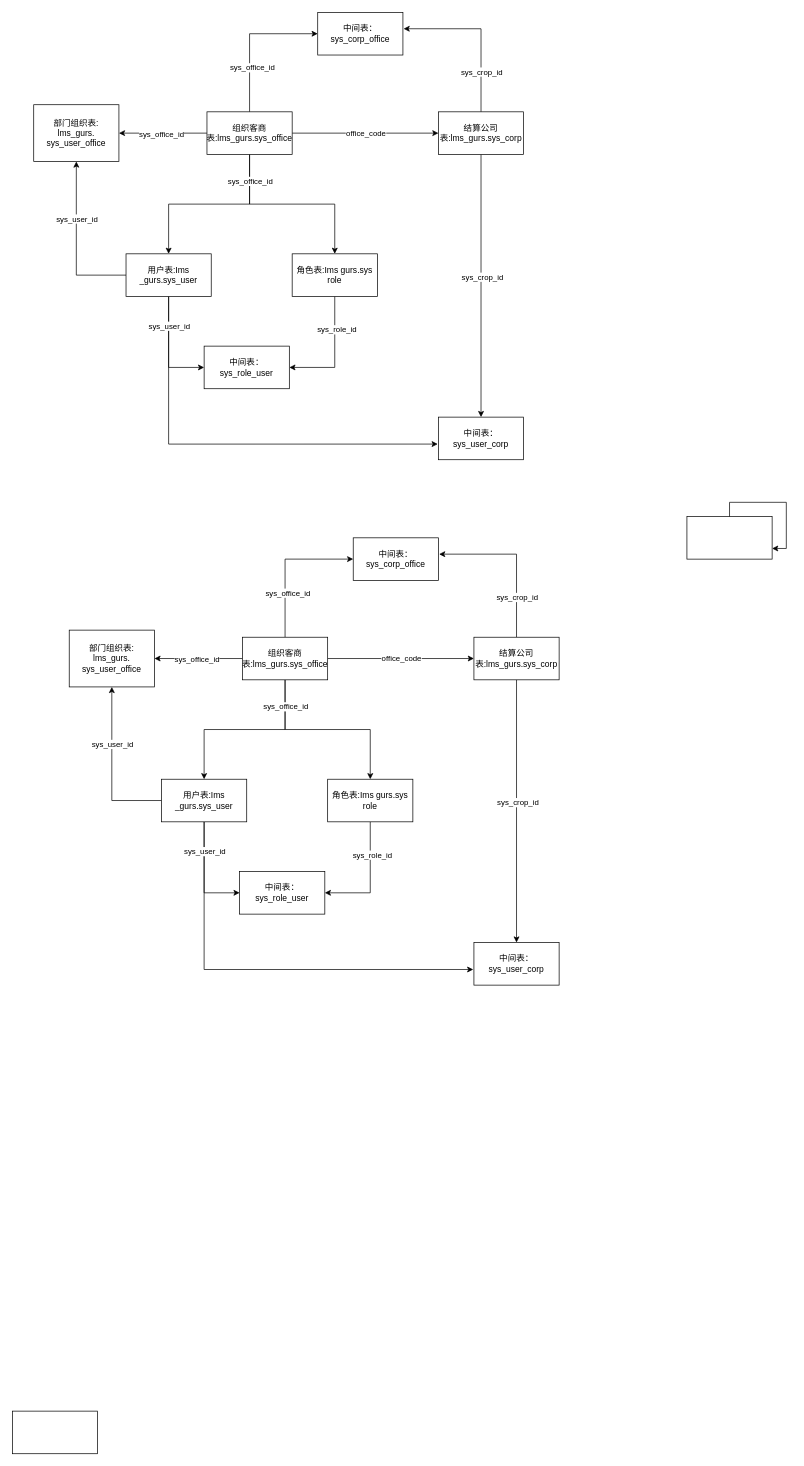
wandamming/drow.io keeps this draw.io diagram as 未命名绘图.drawio. Above is the earlier version. Source tidied: cells renumbered, new cells numbered last; positions are measured from the earlier drawing's top-left corner, leaving out a move shared by most shapes. Both pictures are drawn from the tidied source at 71%, with x=0, y=0 at pixel (12, 12).
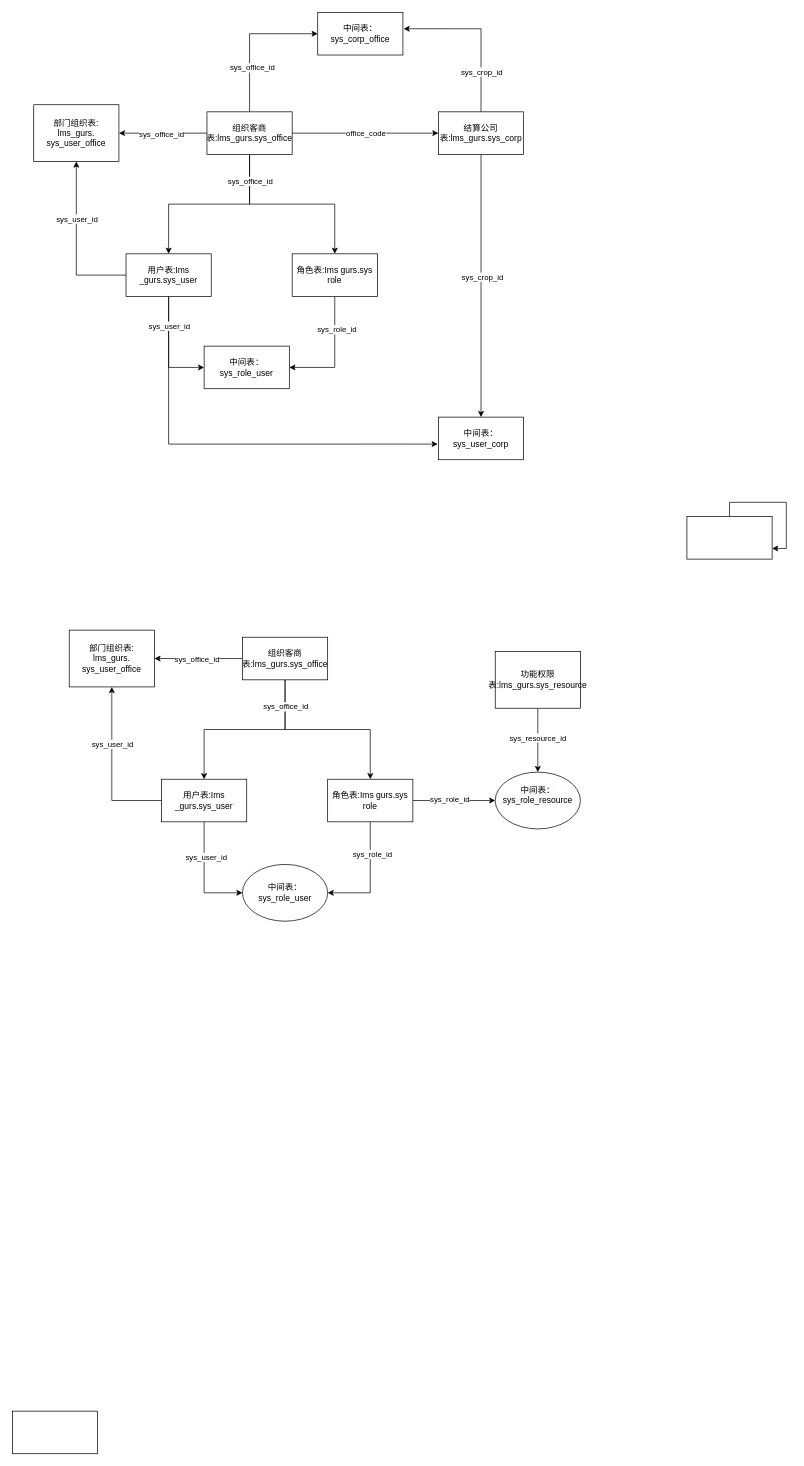
The same page after the edit.

Commit message:
更新未命名绘图.drawio

Unchanged cells that the change refers to:
```xml
<mxCell id="35" style="edgeStyle=orthogonalEdgeStyle;rounded=0;jettySize=auto;html=1;exitX=0.5;exitY=1;exitDx=0;exitDy=0;entryX=0;entryY=0.5;entryDx=0;entryDy=0;" parent="1" edge="1" source="38" target="53">
  <mxGeometry relative="1" as="geometry" />
</mxCell>
<mxCell id="38" value="用户表:Ims _gurs.sys_user" style="rounded=0;whiteSpace=wrap;html=1;" parent="1" vertex="1">
  <mxGeometry x="210" y="1080" width="120" height="60" as="geometry" />
</mxCell>
<mxCell id="41" value="角色表:Ims gurs.sys role" style="rounded=0;whiteSpace=wrap;html=1;" parent="1" vertex="1">
  <mxGeometry x="444" y="1080" width="120" height="60" as="geometry" />
</mxCell>
<mxCell id="51" value="组织客商表:lms_gurs.sys_office" style="rounded=0;whiteSpace=wrap;html=1;" parent="1" vertex="1">
  <mxGeometry x="324" y="880" width="120" height="60" as="geometry" />
</mxCell>
```

What changed in the source:
```diff
@@
-    <mxCell id="36" style="edgeStyle=orthogonalEdgeStyle;rounded=0;jettySize=auto;html=1;exitX=0.5;exitY=1;exitDx=0;exitDy=0;entryX=-0.008;entryY=0.633;entryDx=0;entryDy=0;entryPerimeter=0;" parent="1" edge="1" source="38" target="59">
-      <mxGeometry relative="1" as="geometry" />
-    </mxCell>
-    <mxCell id="37" value="sys_user_id" style="edgeLabel;html=1;align=center;verticalAlign=middle;" parent="36" vertex="1">
-      <mxGeometry x="-0.86" relative="1" as="geometry" />
+    <mxCell id="37" value="sys_user_id" style="edgeLabel;html=1;align=center;verticalAlign=middle;" parent="35" vertex="1">
+      <mxGeometry x="-0.37" y="2" relative="1" as="geometry" />
     </mxCell>
@@
+    <mxCell id="61" style="edgeStyle=orthogonalEdgeStyle;rounded=0;jettySize=auto;html=1;exitX=1;exitY=0.5;exitDx=0;exitDy=0;entryX=0;entryY=0.5;entryDx=0;entryDy=0;" parent="1" edge="1" source="41" target="66">
+      <mxGeometry relative="1" as="geometry" />
+    </mxCell>
+    <mxCell id="62" value="sys_role_id" style="edgeLabel;html=1;align=center;verticalAlign=middle;" parent="61" vertex="1">
+      <mxGeometry x="-0.12" y="3" relative="1" as="geometry" />
+    </mxCell>
@@
-    <mxCell id="47" style="edgeStyle=orthogonalEdgeStyle;rounded=0;jettySize=auto;html=1;exitX=0.5;exitY=0;exitDx=0;exitDy=0;entryX=0;entryY=0.5;entryDx=0;entryDy=0;" parent="1" edge="1" source="51" target="60">
-      <mxGeometry relative="1" as="geometry" />
-    </mxCell>
-    <mxCell id="48" value="sys_office_id" style="edgeLabel;html=1;align=center;verticalAlign=middle;" parent="47" vertex="1">
-      <mxGeometry x="-0.39" y="-3" relative="1" as="geometry" />
-    </mxCell>
-    <mxCell id="49" style="edgeStyle=orthogonalEdgeStyle;rounded=0;jettySize=auto;html=1;exitX=1;exitY=0.5;exitDx=0;exitDy=0;entryX=0;entryY=0.5;entryDx=0;entryDy=0;" parent="1" edge="1" source="51" target="58">
-      <mxGeometry relative="1" as="geometry" />
-    </mxCell>
-    <mxCell id="50" value="office_code" style="edgeLabel;html=1;align=center;verticalAlign=middle;" parent="49" vertex="1">
-      <mxGeometry y="1" relative="1" as="geometry" />
-    </mxCell>
@@
+    <mxCell id="63" style="edgeStyle=orthogonalEdgeStyle;rounded=0;jettySize=auto;html=1;exitX=0.5;exitY=1;exitDx=0;exitDy=0;entryX=0.5;entryY=0;entryDx=0;entryDy=0;" parent="1" edge="1" source="65" target="66">
+      <mxGeometry relative="1" as="geometry" />
+    </mxCell>
+    <mxCell id="64" value="sys_resource_id" style="edgeLabel;html=1;align=center;verticalAlign=middle;" parent="63" vertex="1">
+      <mxGeometry x="-0.1" y="-1" relative="1" as="geometry" />
+    </mxCell>
+    <mxCell id="65" value="功能权限表:lms_gurs.sys_resource" style="rounded=0;whiteSpace=wrap;html=1;" parent="1" vertex="1">
+      <mxGeometry x="680" y="900" width="120" height="80" as="geometry" />
+    </mxCell>
+    <mxCell id="66" value="&#10;&lt;span style=&quot;color: rgb(0, 0, 0); font-family: Helvetica; font-size: 12px; font-style: normal; font-variant-ligatures: normal; font-variant-caps: normal; font-weight: 400; letter-spacing: normal; orphans: 2; text-align: center; text-indent: 0px; text-transform: none; widows: 2; word-spacing: 0px; -webkit-text-stroke-width: 0px; background-color: rgb(251, 251, 251); text-decoration-thickness: initial; text-decoration-style: initial; text-decoration-color: initial; float: none; display: inline !important;&quot;&gt;中间表：&lt;/span&gt;&lt;br style=&quot;border-color: var(--border-color); color: rgb(0, 0, 0); font-family: Helvetica; font-size: 12px; font-style: normal; font-variant-ligatures: normal; font-variant-caps: normal; font-weight: 400; letter-spacing: normal; orphans: 2; text-align: center; text-indent: 0px; text-transform: none; widows: 2; word-spacing: 0px; -webkit-text-stroke-width: 0px; background-color: rgb(251, 251, 251); text-decoration-thickness: initial; text-decoration-style: initial; text-decoration-color: initial;&quot;&gt;&lt;span style=&quot;color: rgb(0, 0, 0); font-family: Helvetica; font-size: 12px; font-style: normal; font-variant-ligatures: normal; font-variant-caps: normal; font-weight: 400; letter-spacing: normal; orphans: 2; text-align: center; text-indent: 0px; text-transform: none; widows: 2; word-spacing: 0px; -webkit-text-stroke-width: 0px; background-color: rgb(251, 251, 251); text-decoration-thickness: initial; text-decoration-style: initial; text-decoration-color: initial; float: none; display: inline !important;&quot;&gt;sys_role_resource&lt;/span&gt;&#10;&#10;" style="ellipse;whiteSpace=wrap;html=1;" parent="1" vertex="1">
+      <mxGeometry x="680" y="1070" width="120" height="80" as="geometry" />
+    </mxCell>
-    <mxCell id="53" value="中间表：&lt;br&gt;sys_role_user" style="rounded=0;whiteSpace=wrap;html=1;" parent="1" vertex="1">
-      <mxGeometry x="320" y="1210" width="120" height="60" as="geometry" />
+    <mxCell id="53" value="中间表：&lt;br style=&quot;border-color: var(--border-color);&quot;&gt;sys_role_user" style="ellipse;whiteSpace=wrap;html=1;" parent="1" vertex="1">
+      <mxGeometry x="324" y="1200" width="120" height="80" as="geometry" />
     </mxCell>
-    <mxCell id="54" style="edgeStyle=orthogonalEdgeStyle;rounded=0;jettySize=auto;html=1;exitX=0.5;exitY=1;exitDx=0;exitDy=0;entryX=0.5;entryY=0;entryDx=0;entryDy=0;" parent="1" edge="1" source="58" target="59">
-      <mxGeometry relative="1" as="geometry" />
-    </mxCell>
-    <mxCell id="55" value="sys_crop_id" style="edgeLabel;html=1;align=center;verticalAlign=middle;" parent="54" vertex="1">
-      <mxGeometry x="-0.07" y="1" relative="1" as="geometry" />
-    </mxCell>
-    <mxCell id="56" style="edgeStyle=orthogonalEdgeStyle;rounded=0;jettySize=auto;html=1;exitX=0.5;exitY=0;exitDx=0;exitDy=0;entryX=1.008;entryY=0.383;entryDx=0;entryDy=0;entryPerimeter=0;" parent="1" edge="1" source="58" target="60">
-      <mxGeometry relative="1" as="geometry">
-        <Array as="points">
-          <mxPoint x="710" y="763" />
-        </Array>
-      </mxGeometry>
-    </mxCell>
-    <mxCell id="57" value="sys_crop_id" style="edgeLabel;html=1;align=center;verticalAlign=middle;" parent="56" vertex="1">
-      <mxGeometry x="-0.5" relative="1" as="geometry" />
-    </mxCell>
-    <mxCell id="58" value="结算公司表:lms_gurs.sys_corp" style="rounded=0;whiteSpace=wrap;html=1;" parent="1" vertex="1">
-      <mxGeometry x="650" y="880" width="120" height="60" as="geometry" />
-    </mxCell>
-    <mxCell id="59" value="中间表：&lt;br&gt;sys_user_corp" style="rounded=0;whiteSpace=wrap;html=1;" parent="1" vertex="1">
-      <mxGeometry x="650" y="1310" width="120" height="60" as="geometry" />
-    </mxCell>
-    <mxCell id="60" value="中间表：&lt;br&gt;sys_corp_office" style="rounded=0;whiteSpace=wrap;html=1;" parent="1" vertex="1">
-      <mxGeometry x="480" y="740" width="120" height="60" as="geometry" />
-    </mxCell>
```
